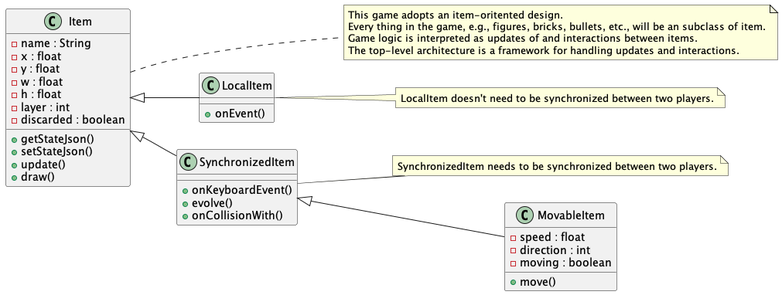
Before: RequirementDesignDoc/ItemClassesDiagram.png, a diagram exported from PlantUML (UoB-COMSM0110/2024-group-13).
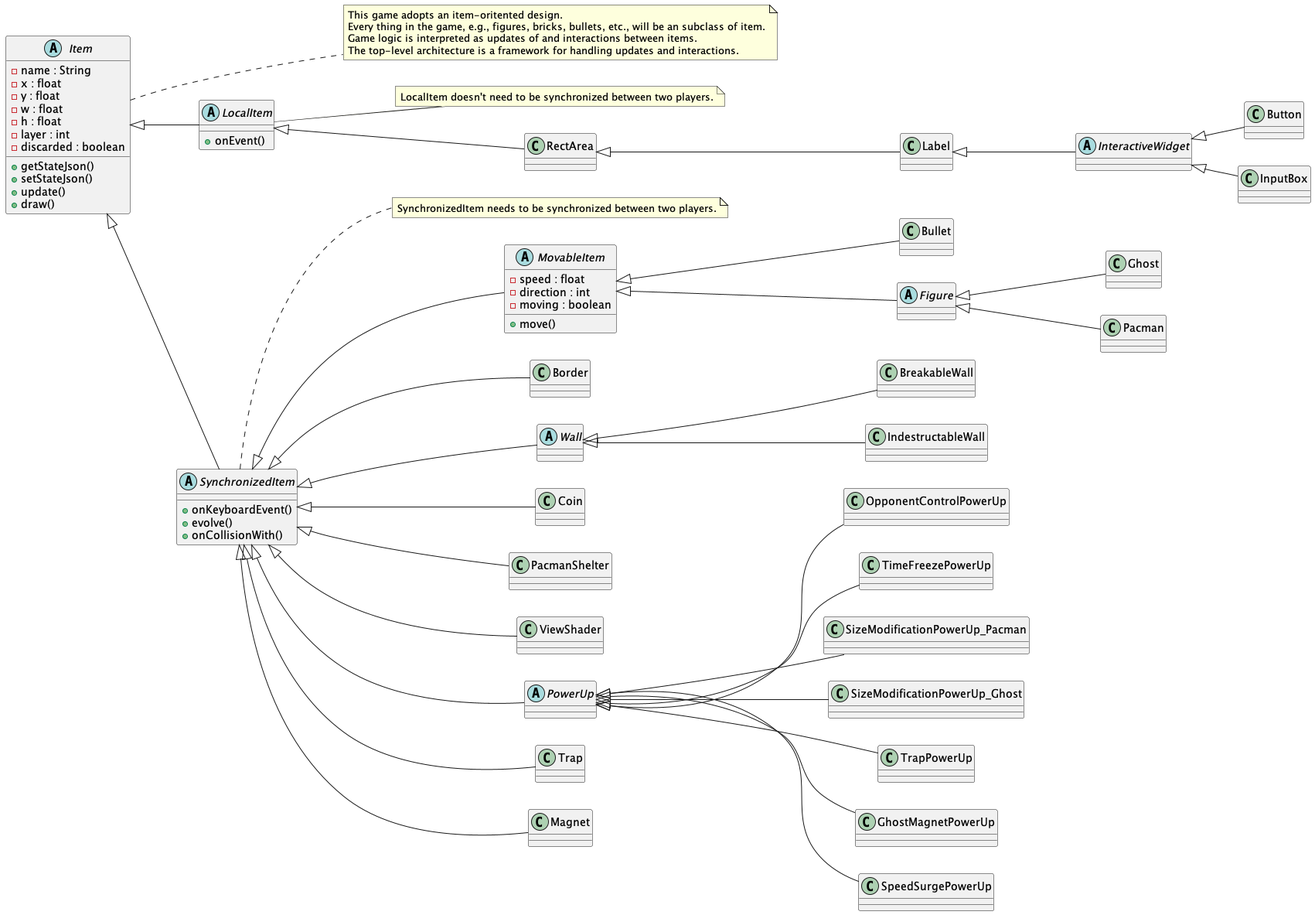
After the commit.

Commit message:
add to item uml

Diff of the diagram source:
```diff
@@ -1,7 +1,7 @@
 @startuml
 left to right direction
 
-class Item {
+abstract Item {
  -name : String
  -x : float
  -y : float
@@ -17,13 +17,20 @@
 note "This game adopts an item-oritented design.\nEvery thing in the game, e.g., figures, bricks, bullets, etc., will be an subclass of item.\nGame logic is interpreted as updates of and interactions between items.\nThe top-level architecture is a framework for handling updates and interactions." as NItem
 Item ... NItem
 
-class LocalItem {
+abstract LocalItem {
  +onEvent()
 }
 note right of LocalItem : LocalItem doesn't need to be synchronized between two players.
 Item <|-- LocalItem
 
-class SynchronizedItem {
+LocalItem <|-- RectArea
+RectArea <|-- Label
+abstract InteractiveWidget
+Label <|-- InteractiveWidget
+InteractiveWidget <|-- Button
+InteractiveWidget <|-- InputBox
+
+abstract SynchronizedItem {
  +onKeyboardEvent()
  +evolve()
  +onCollisionWith()
@@ -31,7 +38,7 @@
 note right of SynchronizedItem : SynchronizedItem needs to be synchronized between two players.
 Item <|-- SynchronizedItem
 
-class MovableItem {
+abstract MovableItem {
  -speed : float
  -direction : int
  -moving : boolean
@@ -39,4 +46,31 @@
 }
 SynchronizedItem <|-- MovableItem
 
+SynchronizedItem <|-- Border
+abstract Wall
+SynchronizedItem <|-- Wall
+Wall <|-- BreakableWall
+Wall <|-- IndestructableWall
+SynchronizedItem <|-- Coin
+MovableItem <|-- Bullet
+SynchronizedItem <|-- PacmanShelter
+SynchronizedItem <|-- ViewShader
+
+abstract PowerUp
+SynchronizedItem <|-- PowerUp
+PowerUp <|-- OpponentControlPowerUp
+PowerUp <|-- TimeFreezePowerUp
+PowerUp <|-- SizeModificationPowerUp_Pacman
+PowerUp <|-- SizeModificationPowerUp_Ghost
+PowerUp <|-- TrapPowerUp
+SynchronizedItem <|-- Trap
+PowerUp <|-- GhostMagnetPowerUp
+SynchronizedItem <|-- Magnet
+PowerUp <|-- SpeedSurgePowerUp
+
+abstract Figure
+MovableItem <|-- Figure
+Figure <|-- Ghost
+Figure <|-- Pacman
+
 @enduml
```
